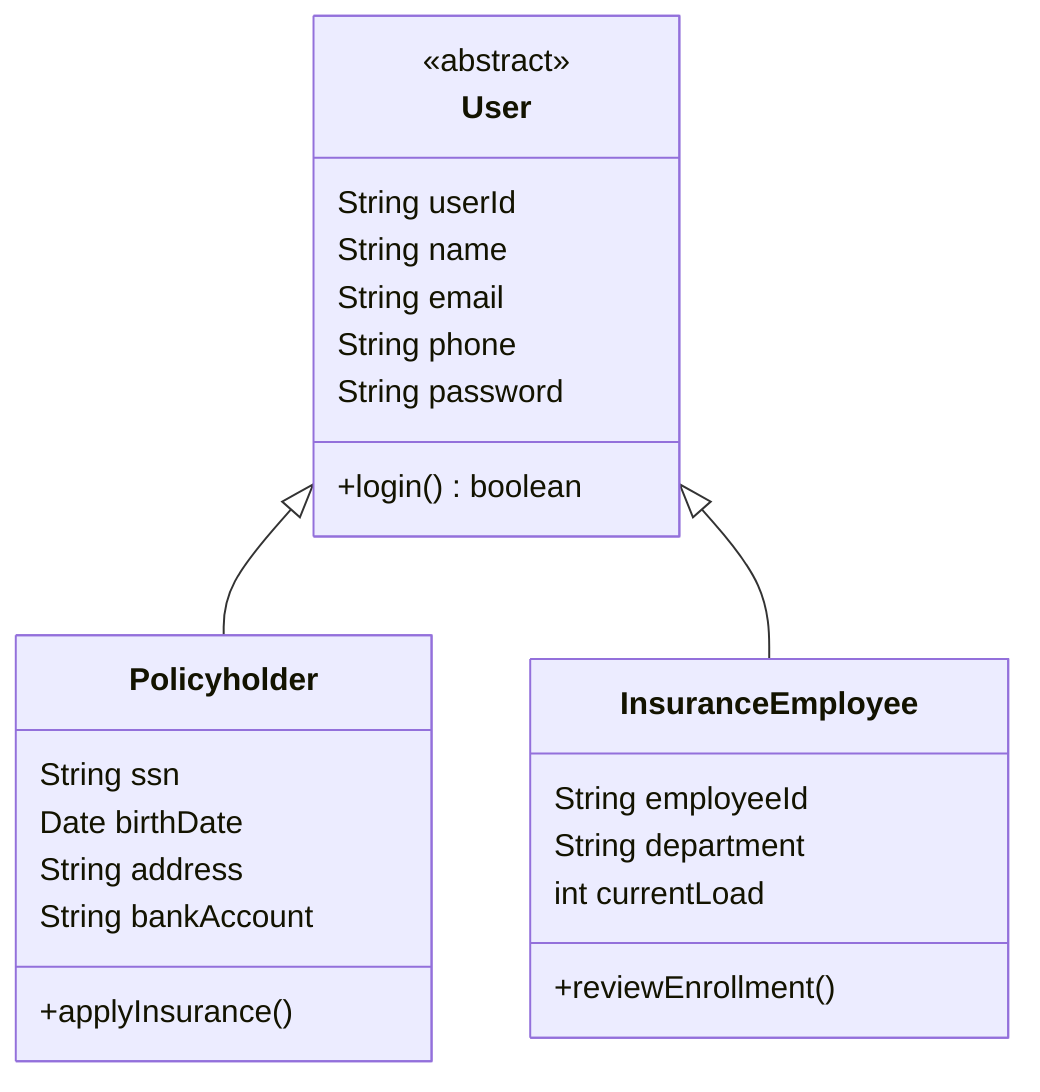
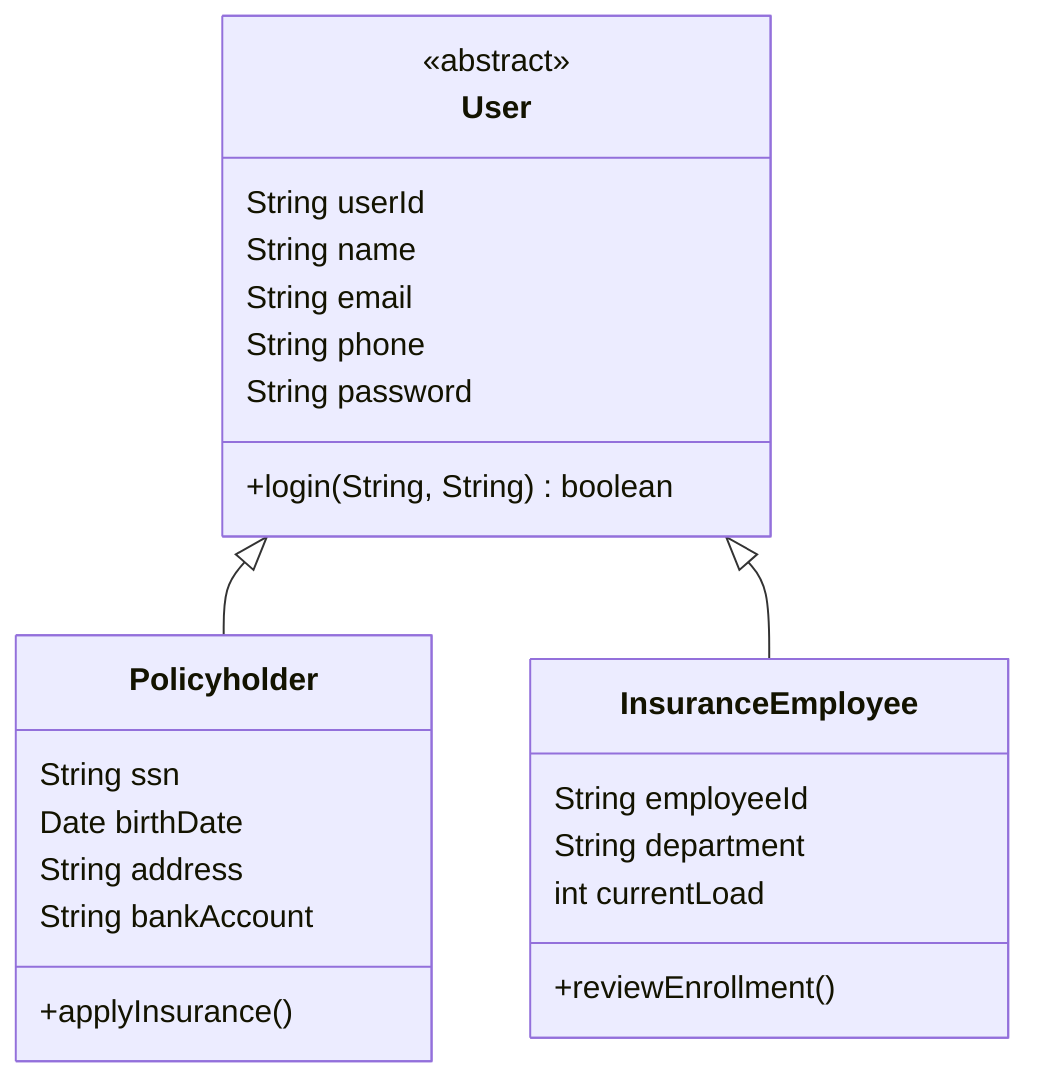
classDiagram
direction TB
class User {
  <<abstract>>
  String userId
  String name
  String email
  String phone
  String password
-   +login() boolean
+   +login(String, String) boolean
}
class Policyholder {
  String ssn
  Date birthDate
  String address
  String bankAccount
  +applyInsurance()
}
class InsuranceEmployee {
  String employeeId
  String department
  int currentLoad
  +reviewEnrollment()
}
User <|-- Policyholder
User <|-- InsuranceEmployee
